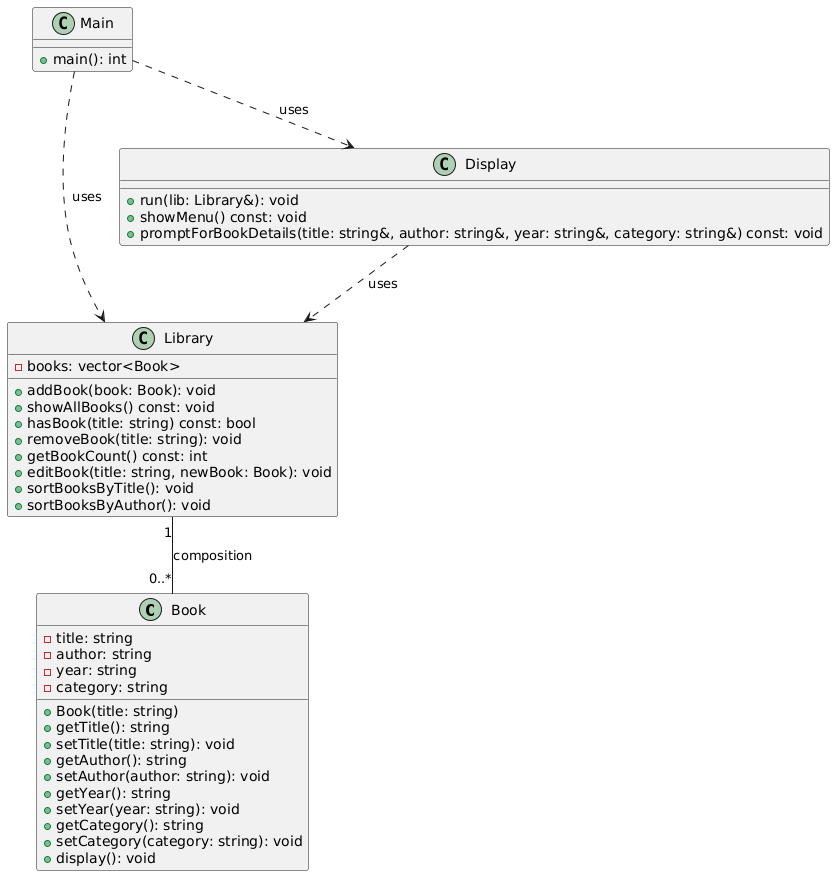
Earlier version of the PlantUML export readme_repository/UML.png (Ayak444/-).
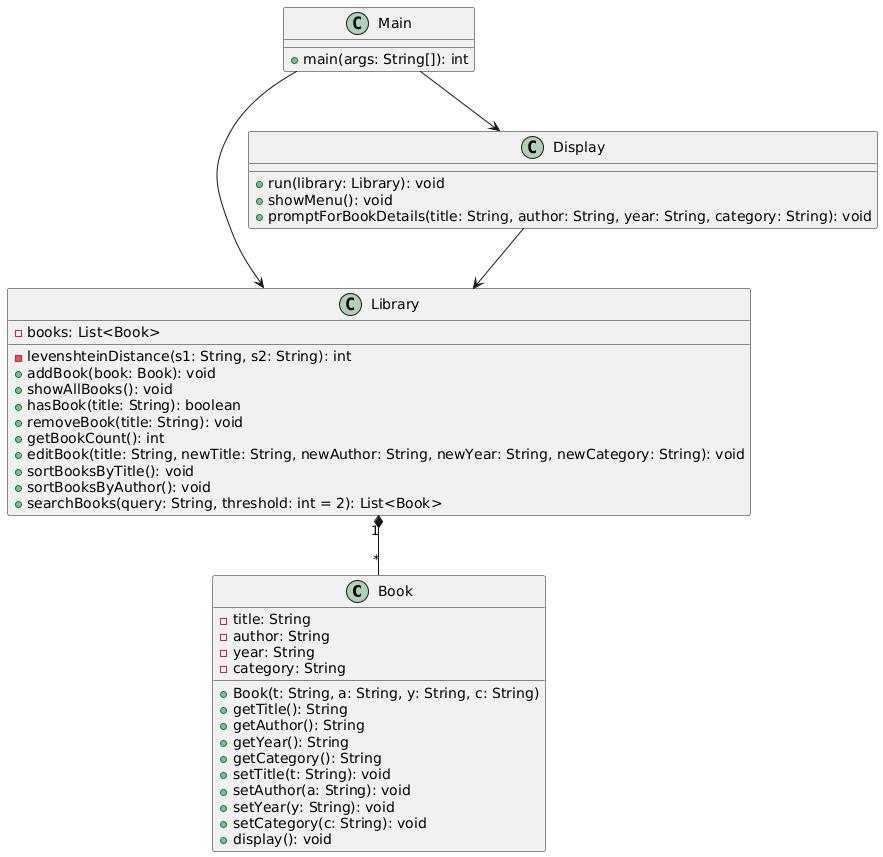
The same diagram one commit later.

Change to the diagram source:
```diff
@@ -1,45 +1,47 @@
 @startuml
 class Book {
-    - title: string
-    - author: string
-    - year: string
-    - category: string
-    + Book(title: string)
-    + getTitle(): string
-    + setTitle(title: string): void
-    + getAuthor(): string
-    + setAuthor(author: string): void
-    + getYear(): string
-    + setYear(year: string): void
-    + getCategory(): string
-    + setCategory(category: string): void
+    - title: String
+    - author: String
+    - year: String
+    - category: String
+    + Book(t: String, a: String, y: String, c: String)
+    + getTitle(): String
+    + getAuthor(): String
+    + getYear(): String
+    + getCategory(): String
+    + setTitle(t: String): void
+    + setAuthor(a: String): void
+    + setYear(y: String): void
+    + setCategory(c: String): void
     + display(): void
 }
 
 class Library {
-    - books: vector<Book>
+    - books: List<Book>
+    - levenshteinDistance(s1: String, s2: String): int
     + addBook(book: Book): void
-    + showAllBooks() const: void
-    + hasBook(title: string) const: bool
-    + removeBook(title: string): void
-    + getBookCount() const: int
-    + editBook(title: string, newBook: Book): void
+    + showAllBooks(): void
+    + hasBook(title: String): boolean
+    + removeBook(title: String): void
+    + getBookCount(): int
+    + editBook(title: String, newTitle: String, newAuthor: String, newYear: String, newCategory: String): void
     + sortBooksByTitle(): void
     + sortBooksByAuthor(): void
+    + searchBooks(query: String, threshold: int = 2): List<Book>
 }
 
 class Display {
-    + run(lib: Library&): void
-    + showMenu() const: void
-    + promptForBookDetails(title: string&, author: string&, year: string&, category: string&) const: void
+    + run(library: Library): void
+    + showMenu(): void
+    + promptForBookDetails(title: String, author: String, year: String, category: String): void
 }
 
 class Main {
-    + main(): int
+    + main(args: String[]): int
 }
 
-Library "1" -- "0..*" Book : composition
-Display ..> Library : uses
-Main ..> Display : uses
-Main ..> Library : uses
+Library "1" *-- "*" Book
+Display --> Library
+Main --> Display
+Main --> Library
 @enduml
```
